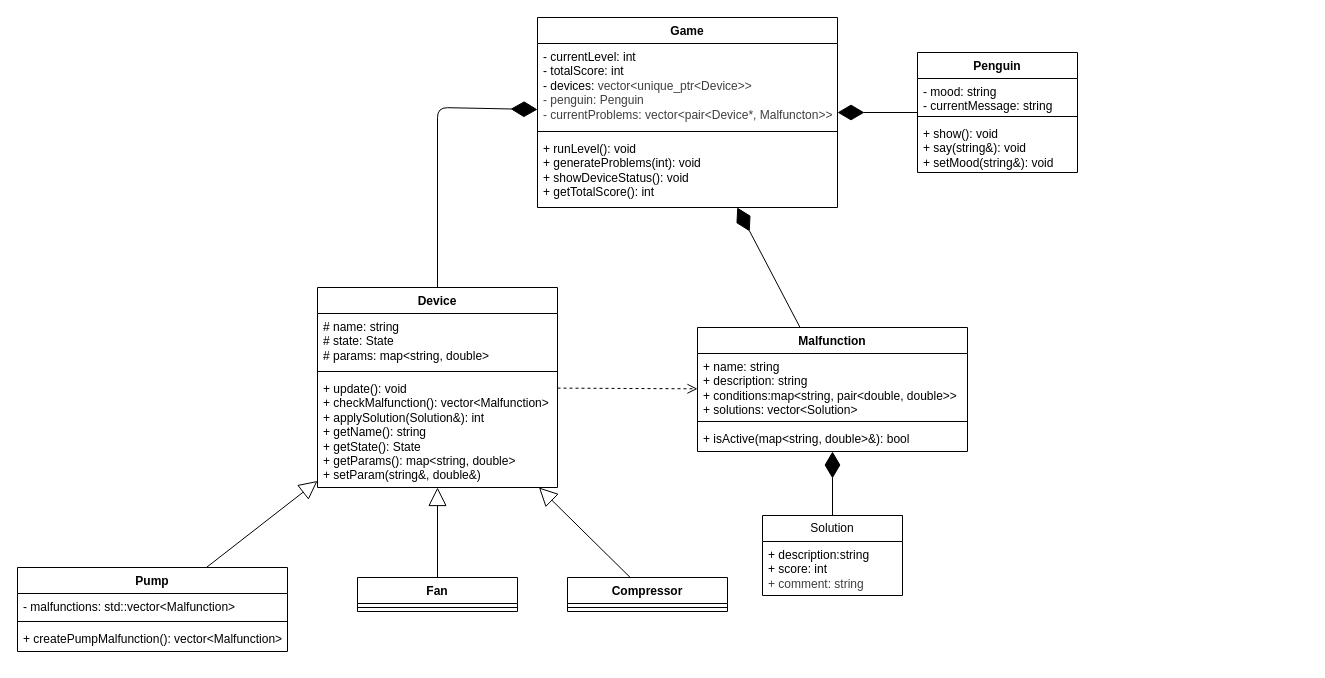
Earlier version of the draw.io diagram docs/diagram.drawio (MARGO0901/otus-finalproject). Source tidied: cells renumbered, new cells numbered last; positions are measured from the earlier drawing's top-left corner, leaving out a move shared by most shapes. Both pictures are drawn from the tidied source at 100%, with x=0, y=0 at pixel (17, 17).
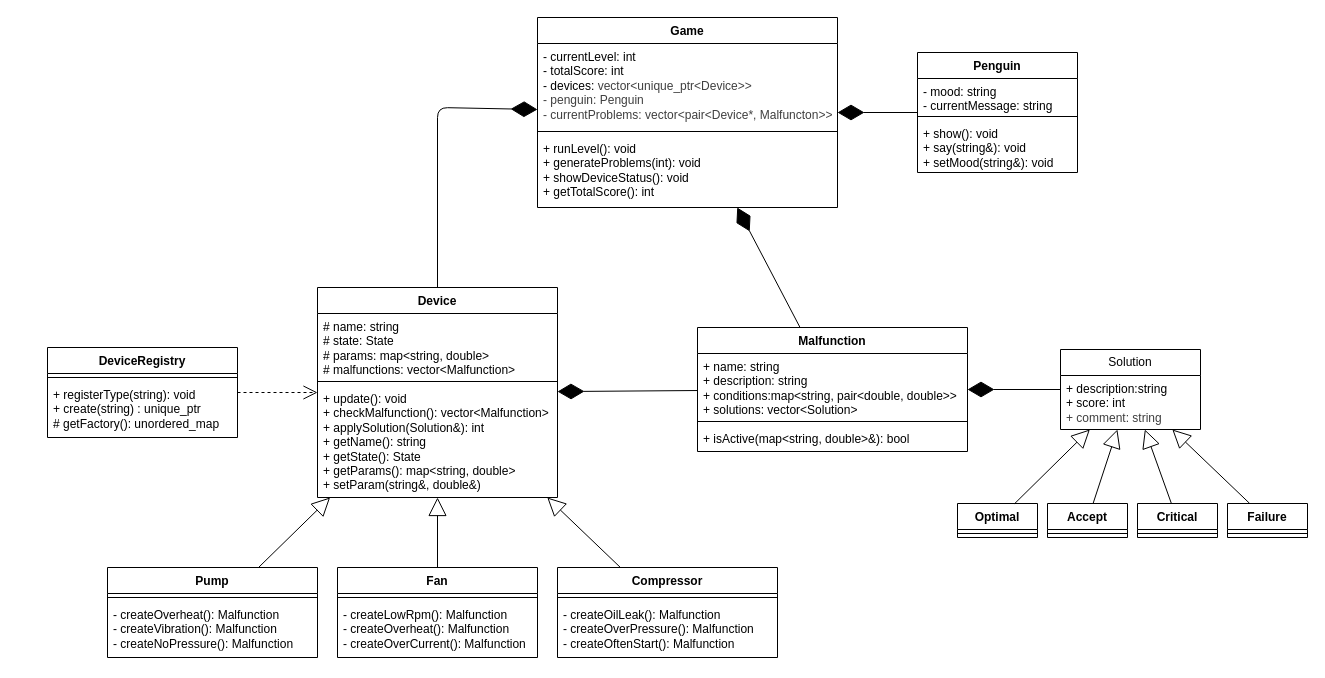
Above is the later version.

The change refers to these unchanged cells:
```xml
<mxCell id="22" value="Malfunction" style="swimlane;fontStyle=1;align=center;verticalAlign=top;horizontal=1;startSize=26;whiteSpace=wrap;html=1;" parent="1" vertex="1">
  <mxGeometry x="680" y="310" width="270" height="124" as="geometry" />
</mxCell>
```

What changed in the source:
```diff
@@
     <mxCell id="6" value="Device" style="swimlane;fontStyle=1;align=center;verticalAlign=top;horizontal=1;startSize=26;whiteSpace=wrap;html=1;" parent="1" vertex="1">
-      <mxGeometry x="300" y="270" width="240" height="200" as="geometry" />
+      <mxGeometry x="300" y="270" width="240" height="210" as="geometry" />
     </mxCell>
-    <mxCell id="7" value="# name: string&lt;div&gt;# state: State&lt;/div&gt;&lt;div&gt;# params: map&amp;lt;string, double&amp;gt;&lt;/div&gt;" style="text;strokeColor=none;fillColor=none;align=left;verticalAlign=top;spacingLeft=4;spacingRight=4;overflow=hidden;whiteSpace=wrap;html=1;" parent="6" vertex="1">
-      <mxGeometry y="26" width="240" height="54" as="geometry" />
+    <mxCell id="7" value="# name: string&lt;div&gt;# state: State&lt;/div&gt;&lt;div&gt;# params: map&amp;lt;string, double&amp;gt;&lt;/div&gt;&lt;div&gt;# malfunctions: vector&amp;lt;Malfunction&amp;gt;&lt;/div&gt;" style="text;strokeColor=none;fillColor=none;align=left;verticalAlign=top;spacingLeft=4;spacingRight=4;overflow=hidden;whiteSpace=wrap;html=1;" parent="6" vertex="1">
+      <mxGeometry y="26" width="240" height="64" as="geometry" />
     </mxCell>
     <mxCell id="8" style="line;strokeWidth=1;fillColor=none;align=left;verticalAlign=middle;spacingTop=-1;spacingLeft=3;spacingRight=3;labelPosition=right;strokeColor=inherit;" parent="6" vertex="1">
-      <mxGeometry y="80" width="240" height="8" as="geometry" />
+      <mxGeometry y="90" width="240" height="8" as="geometry" />
     </mxCell>
     <mxCell id="9" value="+ update(): void&lt;div&gt;+ checkMalfunction(): vector&amp;lt;Malfunction&amp;gt;&lt;/div&gt;&lt;div&gt;+ applySolution(Solution&amp;amp;): int&lt;/div&gt;&lt;div&gt;+ getName(): string&lt;/div&gt;&lt;div&gt;+ getState(): State&lt;/div&gt;&lt;div&gt;+ getParams(): map&amp;lt;string, double&amp;gt;&amp;nbsp;&lt;/div&gt;&lt;div&gt;+ setParam(string&amp;amp;, double&amp;amp;)&lt;/div&gt;" style="text;strokeColor=none;fillColor=none;align=left;verticalAlign=top;spacingLeft=4;spacingRight=4;overflow=hidden;whiteSpace=wrap;html=1;" parent="6" vertex="1">
-      <mxGeometry y="88" width="240" height="112" as="geometry" />
+      <mxGeometry y="98" width="240" height="112" as="geometry" />
     </mxCell>
@@
     <mxCell id="11" value="Pump" style="swimlane;fontStyle=1;align=center;verticalAlign=top;horizontal=1;startSize=26;whiteSpace=wrap;html=1;" parent="1" vertex="1">
-      <mxGeometry y="550" width="270" height="84" as="geometry" />
+      <mxGeometry x="90" y="550" width="210" height="90" as="geometry" />
     </mxCell>
-    <mxCell id="12" value="- malfunctions: std::vector&amp;lt;Malfunction&amp;gt;" style="text;strokeColor=none;fillColor=none;align=left;verticalAlign=top;spacingLeft=4;spacingRight=4;overflow=hidden;whiteSpace=wrap;html=1;" parent="11" vertex="1">
-      <mxGeometry y="26" width="270" height="24" as="geometry" />
-    </mxCell>
     <mxCell id="13" style="line;strokeWidth=1;fillColor=none;align=left;verticalAlign=middle;spacingTop=-1;spacingLeft=3;spacingRight=3;labelPosition=right;strokeColor=inherit;" parent="11" vertex="1">
-      <mxGeometry y="50" width="270" height="8" as="geometry" />
+      <mxGeometry y="26" width="210" height="8" as="geometry" />
     </mxCell>
-    <mxCell id="14" value="+ createPumpMalfunction(): vector&amp;lt;Malfunction&amp;gt;" style="text;strokeColor=none;fillColor=none;align=left;verticalAlign=top;spacingLeft=4;spacingRight=4;overflow=hidden;whiteSpace=wrap;html=1;" parent="11" vertex="1">
-      <mxGeometry y="58" width="270" height="26" as="geometry" />
+    <mxCell id="14" value="- createOverheat(): Malfunction&lt;div&gt;- createVibration(): Malfunction&lt;/div&gt;&lt;div&gt;- createNoPressure(): Malfunction&lt;/div&gt;" style="text;strokeColor=none;fillColor=none;align=left;verticalAlign=top;spacingLeft=4;spacingRight=4;overflow=hidden;whiteSpace=wrap;html=1;" parent="11" vertex="1">
+      <mxGeometry y="34" width="210" height="56" as="geometry" />
     </mxCell>
@@
-    <mxCell id="16" value="Fan" style="swimlane;fontStyle=1;align=center;verticalAlign=top;horizontal=1;startSize=26;whiteSpace=wrap;html=1;" parent="1" vertex="1">
-      <mxGeometry x="340" y="560" width="160" height="34" as="geometry" />
-    </mxCell>
-    <mxCell id="17" style="line;strokeWidth=1;fillColor=none;align=left;verticalAlign=middle;spacingTop=-1;spacingLeft=3;spacingRight=3;labelPosition=right;strokeColor=inherit;" parent="16" vertex="1">
-      <mxGeometry y="26" width="160" height="8" as="geometry" />
-    </mxCell>
-    <mxCell id="18" value="Compressor" style="swimlane;fontStyle=1;align=center;verticalAlign=top;horizontal=1;startSize=26;whiteSpace=wrap;html=1;" parent="1" vertex="1">
-      <mxGeometry x="550" y="560" width="160" height="34" as="geometry" />
-    </mxCell>
-    <mxCell id="19" style="line;strokeWidth=1;fillColor=none;align=left;verticalAlign=middle;spacingTop=-1;spacingLeft=3;spacingRight=3;labelPosition=right;strokeColor=inherit;" parent="18" vertex="1">
-      <mxGeometry y="26" width="160" height="8" as="geometry" />
-    </mxCell>
-    <mxCell id="20" style="endArrow=block;endSize=16;endFill=0;html=1;exitX=0.5;exitY=0;exitDx=0;exitDy=0;" parent="1" edge="1" source="16" target="6">
+    <mxCell id="20" style="endArrow=block;endSize=16;endFill=0;html=1;" parent="1" edge="1" source="16" target="6">
       <mxGeometry relative="1" as="geometry" />
     </mxCell>
@@
-    <mxCell id="26" style="html=1;verticalAlign=bottom;endArrow=open;dashed=1;endSize=8;curved=0;rounded=0;" parent="1" edge="1" source="6" target="22">
-      <mxGeometry relative="1" as="geometry" />
-    </mxCell>
     <mxCell id="27" value="Solution" style="swimlane;fontStyle=0;horizontal=1;startSize=26;fillColor=none;whiteSpace=wrap;html=1;" parent="1" vertex="1">
-      <mxGeometry x="745" y="498" width="140" height="80" as="geometry" />
+      <mxGeometry x="1043" y="332" width="140" height="80" as="geometry" />
     </mxCell>
@@
+    <mxCell id="36" value="Optimal" style="swimlane;fontStyle=1;align=center;verticalAlign=top;horizontal=1;startSize=26;whiteSpace=wrap;html=1;" parent="1" vertex="1">
+      <mxGeometry x="940" y="486" width="80" height="34" as="geometry" />
+    </mxCell>
+    <mxCell id="37" style="line;strokeWidth=1;fillColor=none;align=left;verticalAlign=middle;spacingTop=-1;spacingLeft=3;spacingRight=3;labelPosition=right;strokeColor=inherit;" parent="36" vertex="1">
+      <mxGeometry y="26" width="80" height="8" as="geometry" />
+    </mxCell>
+    <mxCell id="38" value="Accept" style="swimlane;fontStyle=1;align=center;verticalAlign=top;horizontal=1;startSize=26;whiteSpace=wrap;html=1;" parent="1" vertex="1">
+      <mxGeometry x="1030" y="486" width="80" height="34" as="geometry" />
+    </mxCell>
+    <mxCell id="39" style="line;strokeWidth=1;fillColor=none;align=left;verticalAlign=middle;spacingTop=-1;spacingLeft=3;spacingRight=3;labelPosition=right;strokeColor=inherit;" parent="38" vertex="1">
+      <mxGeometry y="26" width="80" height="8" as="geometry" />
+    </mxCell>
+    <mxCell id="40" value="Critical" style="swimlane;fontStyle=1;align=center;verticalAlign=top;horizontal=1;startSize=26;whiteSpace=wrap;html=1;" parent="1" vertex="1">
+      <mxGeometry x="1120" y="486" width="80" height="34" as="geometry" />
+    </mxCell>
+    <mxCell id="41" style="line;strokeWidth=1;fillColor=none;align=left;verticalAlign=middle;spacingTop=-1;spacingLeft=3;spacingRight=3;labelPosition=right;strokeColor=inherit;" parent="40" vertex="1">
+      <mxGeometry y="26" width="80" height="8" as="geometry" />
+    </mxCell>
+    <mxCell id="42" value="Failure" style="swimlane;fontStyle=1;align=center;verticalAlign=top;horizontal=1;startSize=26;whiteSpace=wrap;html=1;" parent="1" vertex="1">
+      <mxGeometry x="1210" y="486" width="80" height="34" as="geometry" />
+    </mxCell>
+    <mxCell id="43" style="line;strokeWidth=1;fillColor=none;align=left;verticalAlign=middle;spacingTop=-1;spacingLeft=3;spacingRight=3;labelPosition=right;strokeColor=inherit;" parent="42" vertex="1">
+      <mxGeometry y="26" width="80" height="8" as="geometry" />
+    </mxCell>
+    <mxCell id="44" style="endArrow=block;endSize=16;endFill=0;html=1;" parent="1" edge="1" source="36" target="27">
+      <mxGeometry relative="1" as="geometry" />
+    </mxCell>
+    <mxCell id="45" style="endArrow=block;endSize=16;endFill=0;html=1;" parent="1" edge="1" source="38" target="27">
+      <mxGeometry relative="1" as="geometry" />
+    </mxCell>
+    <mxCell id="46" style="endArrow=block;endSize=16;endFill=0;html=1;" parent="1" edge="1" source="40" target="27">
+      <mxGeometry relative="1" as="geometry" />
+    </mxCell>
+    <mxCell id="47" style="endArrow=block;endSize=16;endFill=0;html=1;" parent="1" edge="1" source="42" target="27">
+      <mxGeometry relative="1" as="geometry" />
+    </mxCell>
+    <mxCell id="16" value="Fan" style="swimlane;fontStyle=1;align=center;verticalAlign=top;horizontal=1;startSize=26;whiteSpace=wrap;html=1;" parent="1" vertex="1">
+      <mxGeometry x="320" y="550" width="200" height="90" as="geometry" />
+    </mxCell>
+    <mxCell id="48" style="line;strokeWidth=1;fillColor=none;align=left;verticalAlign=middle;spacingTop=-1;spacingLeft=3;spacingRight=3;labelPosition=right;strokeColor=inherit;" parent="16" vertex="1">
+      <mxGeometry y="26" width="200" height="8" as="geometry" />
+    </mxCell>
+    <mxCell id="49" value="- createLowRpm(): Malfunction&lt;div&gt;- createOverheat(): Malfunction&lt;/div&gt;&lt;div&gt;- createOverCurrent(): Malfunction&lt;/div&gt;" style="text;strokeColor=none;fillColor=none;align=left;verticalAlign=top;spacingLeft=4;spacingRight=4;overflow=hidden;whiteSpace=wrap;html=1;" parent="16" vertex="1">
+      <mxGeometry y="34" width="200" height="56" as="geometry" />
+    </mxCell>
+    <mxCell id="18" value="Compressor" style="swimlane;fontStyle=1;align=center;verticalAlign=top;horizontal=1;startSize=26;whiteSpace=wrap;html=1;" parent="1" vertex="1">
+      <mxGeometry x="540" y="550" width="220" height="90" as="geometry" />
+    </mxCell>
+    <mxCell id="50" style="line;strokeWidth=1;fillColor=none;align=left;verticalAlign=middle;spacingTop=-1;spacingLeft=3;spacingRight=3;labelPosition=right;strokeColor=inherit;" parent="18" vertex="1">
+      <mxGeometry y="26" width="220" height="8" as="geometry" />
+    </mxCell>
+    <mxCell id="51" value="- createOilLeak(): Malfunction&lt;div&gt;- createOverPressure(): Malfunction&lt;/div&gt;&lt;div&gt;- createOftenStart(): Malfunction&lt;/div&gt;" style="text;strokeColor=none;fillColor=none;align=left;verticalAlign=top;spacingLeft=4;spacingRight=4;overflow=hidden;whiteSpace=wrap;html=1;" parent="18" vertex="1">
+      <mxGeometry y="34" width="220" height="56" as="geometry" />
+    </mxCell>
+    <mxCell id="52" value="DeviceRegistry" style="swimlane;fontStyle=1;align=center;verticalAlign=top;horizontal=1;startSize=26;whiteSpace=wrap;html=1;" parent="1" vertex="1">
+      <mxGeometry x="30" y="330" width="190" height="90" as="geometry" />
+    </mxCell>
+    <mxCell id="53" style="line;strokeWidth=1;fillColor=none;align=left;verticalAlign=middle;spacingTop=-1;spacingLeft=3;spacingRight=3;labelPosition=right;strokeColor=inherit;" parent="52" vertex="1">
+      <mxGeometry y="26" width="190" height="8" as="geometry" />
+    </mxCell>
+    <mxCell id="54" value="+ registerType(string): void&lt;div&gt;+ create(string) : unique_ptr&lt;/div&gt;&lt;div&gt;# getFactory(): unordered_map&lt;/div&gt;" style="text;strokeColor=none;fillColor=none;align=left;verticalAlign=top;spacingLeft=4;spacingRight=4;overflow=hidden;whiteSpace=wrap;html=1;" parent="52" vertex="1">
+      <mxGeometry y="34" width="190" height="56" as="geometry" />
+    </mxCell>
+    <mxCell id="55" style="endArrow=open;endSize=12;dashed=1;html=1;" parent="1" edge="1" source="52" target="6">
+      <mxGeometry relative="1" as="geometry" />
+    </mxCell>
+    <mxCell id="56" style="endArrow=diamondThin;endFill=1;endSize=24;html=1;" parent="1" edge="1" source="22" target="6">
+      <mxGeometry relative="1" as="geometry" />
+    </mxCell>
```
